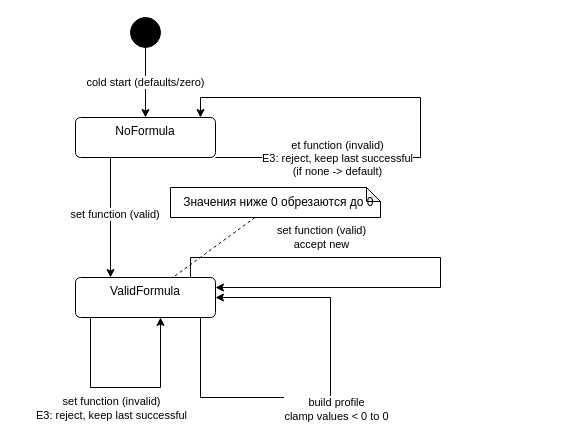
Above: page "Statechart -- Wind Formula Acceptance" (3 of 3) of docs/black-box-diagrams/black-box-specifications.drawio in TarkWight/uas-test-system (draw.io), before the change. Source tidied: cells renumbered, new cells numbered last; positions are measured from the earlier drawing's top-left corner, leaving out a move shared by most shapes. Both pictures are drawn from the tidied source at 100%, with x=0, y=0 at pixel (75, 17).
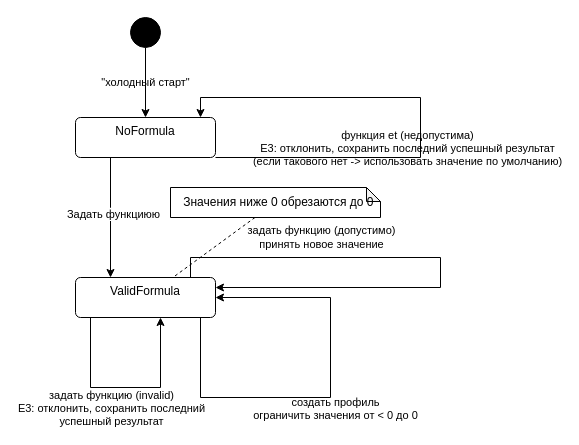
The same diagram, later.

The change refers to these unchanged cells:
```xml
<mxCell id="2" style="edgeStyle=orthogonalEdgeStyle;rounded=0;jettySize=auto;html=1;" parent="1" edge="1" source="6" target="11">
  <mxGeometry relative="1" as="geometry">
    <Array as="points">
      <mxPoint x="35" y="190" />
      <mxPoint x="35" y="190" />
    </Array>
  </mxGeometry>
</mxCell>
<mxCell id="4" style="edgeStyle=orthogonalEdgeStyle;rounded=0;orthogonalLoop=1;jettySize=auto;html=1;elbow=vertical;" parent="1" edge="1" source="6" target="6">
  <mxGeometry relative="1" as="geometry">
    <Array as="points">
      <mxPoint x="345" y="140" />
      <mxPoint x="345" y="80" />
      <mxPoint x="125" y="80" />
    </Array>
  </mxGeometry>
</mxCell>
<mxCell id="6" value="&lt;span style=&quot;text-wrap-mode: nowrap;&quot;&gt;NoFormula&lt;/span&gt;" style="html=1;align=center;verticalAlign=top;rounded=1;absoluteArcSize=1;arcSize=10;dashed=0;whiteSpace=wrap;" parent="1" vertex="1">
  <mxGeometry y="100" width="140" height="40" as="geometry" />
</mxCell>
<mxCell id="7" style="edgeStyle=orthogonalEdgeStyle;rounded=0;orthogonalLoop=1;jettySize=auto;html=1;" parent="1" edge="1" source="11" target="11">
  <mxGeometry relative="1" as="geometry">
    <Array as="points">
      <mxPoint x="15" y="370" />
      <mxPoint x="85" y="370" />
    </Array>
  </mxGeometry>
</mxCell>
<mxCell id="9" style="edgeStyle=orthogonalEdgeStyle;rounded=0;orthogonalLoop=1;jettySize=auto;html=1;" parent="1" edge="1" source="11" target="11">
  <mxGeometry relative="1" as="geometry">
    <Array as="points">
      <mxPoint x="125" y="380" />
      <mxPoint x="255" y="380" />
      <mxPoint x="255" y="280" />
    </Array>
  </mxGeometry>
</mxCell>
<mxCell id="13" style="ellipse;fillColor=strokeColor;html=1;" parent="1" vertex="1">
  <mxGeometry x="55" width="30" height="30" as="geometry" />
</mxCell>
<mxCell id="14" style="edgeStyle=orthogonalEdgeStyle;rounded=0;orthogonalLoop=1;jettySize=auto;html=1;elbow=vertical;" parent="1" edge="1" source="11" target="11">
  <mxGeometry relative="1" as="geometry">
    <Array as="points">
      <mxPoint x="115" y="240" />
      <mxPoint x="365" y="240" />
      <mxPoint x="365" y="270" />
    </Array>
  </mxGeometry>
</mxCell>
```

Diff of the diagram source:
```diff
@@
-    <mxCell id="3" value=" set function (valid)" style="edgeLabel;align=center;verticalAlign=middle;html=1;" parent="2" vertex="1">
+    <mxCell id="3" value="Задать функциюю" style="edgeLabel;align=center;verticalAlign=middle;html=1;" parent="2" vertex="1">
       <mxGeometry x="-0.07" y="2" relative="1" as="geometry" />
     </mxCell>
@@
-    <mxCell id="5" value="et function (invalid)&lt;br&gt;E3: reject, keep last successful&lt;br&gt;(if none -&amp;gt; default)" style="edgeLabel;align=center;verticalAlign=middle;html=1;" parent="4" vertex="1">
+    <mxCell id="5" value="функция et (недопустима)&lt;br&gt;E3: отклонить, сохранить последний успешный результат&lt;br&gt;(если такового нет -&amp;gt; использовать значение по умолчанию)" style="edgeLabel;align=center;verticalAlign=middle;html=1;convertToSvg=0;labelBackgroundColor=none;" parent="4" vertex="1">
       <mxGeometry x="-0.47" y="3" relative="1" as="geometry">
-        <mxPoint x="-13" y="3" as="offset" />
+        <mxPoint x="57" y="-7" as="offset" />
       </mxGeometry>
     </mxCell>
@@
-    <mxCell id="8" value="set function (invalid)&lt;br&gt;E3: reject, keep last successful" style="edgeLabel;align=center;verticalAlign=middle;html=1;" parent="7" vertex="1">
+    <mxCell id="8" value="задать функцию (invalid)&lt;br&gt;E3: отклонить, сохранить последний&lt;div&gt;успешный результат&lt;/div&gt;" style="edgeLabel;align=center;verticalAlign=middle;html=1;labelBackgroundColor=none;" parent="7" vertex="1">
       <mxGeometry x="-0.44" y="-3" relative="1" as="geometry">
         <mxPoint x="23" y="31" as="offset" />
       </mxGeometry>
     </mxCell>
@@
-    <mxCell id="10" value="build profile&lt;div&gt;clamp values &amp;lt; 0 to 0&lt;/div&gt;" style="edgeLabel;align=center;verticalAlign=middle;html=1;" parent="9" vertex="1">
+    <mxCell id="10" value="создать профиль&#10;ограничить значения от &lt; 0 до 0" style="edgeLabel;align=center;verticalAlign=middle;convertToSvg=0;labelBackgroundColor=none;" parent="9" vertex="1">
       <mxGeometry x="0.33" y="-1" relative="1" as="geometry">
-        <mxPoint x="4" y="84" as="offset" />
+        <mxPoint x="4" y="83" as="offset" />
       </mxGeometry>
     </mxCell>
@@
-    <mxCell id="12" value="cold start (defaults/zero)" style="edgeStyle=orthogonalEdgeStyle;rounded=0;jettySize=auto;html=1;" parent="1" edge="1" source="13" target="6">
+    <mxCell id="12" value="&quot;холодный старт&quot;" style="edgeStyle=orthogonalEdgeStyle;rounded=0;jettySize=auto;html=1;labelBackgroundColor=none;" parent="1" edge="1" source="13" target="6">
       <mxGeometry relative="1" as="geometry" />
     </mxCell>
@@
-    <mxCell id="15" value="set function (valid)&lt;br&gt;accept new" style="edgeLabel;align=center;verticalAlign=middle;html=1;" parent="14" vertex="1">
+    <mxCell id="15" value="&lt;div&gt;задать функцию (допустимо)&lt;/div&gt;&lt;div&gt;принять новое значение&lt;/div&gt;" style="edgeLabel;align=center;verticalAlign=middle;html=1;" parent="14" vertex="1">
       <mxGeometry x="-0.64" y="2" relative="1" as="geometry">
         <mxPoint x="55" y="-19" as="offset" />
       </mxGeometry>
     </mxCell>
```
